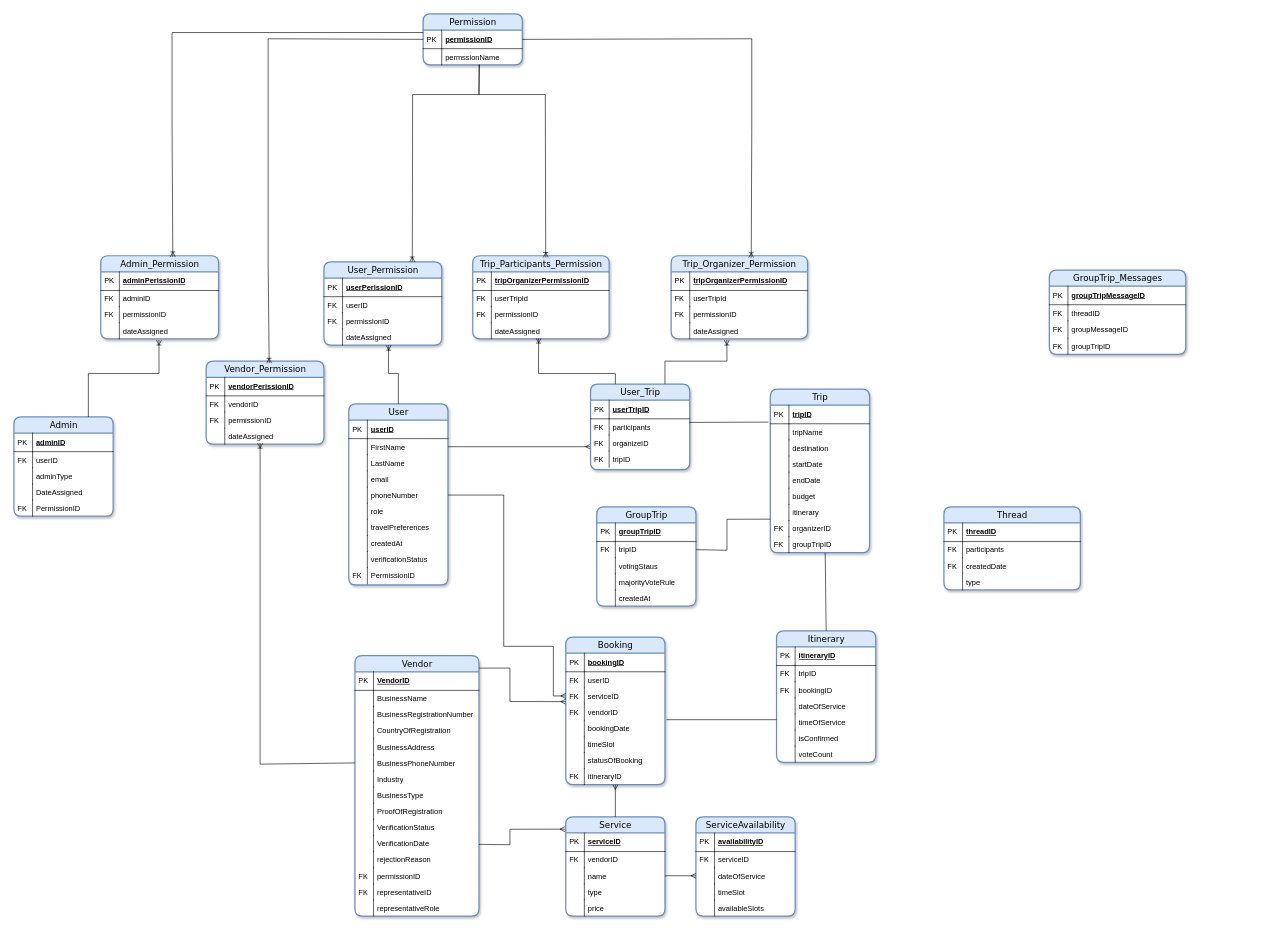
This is images/Untitled Diagram.drawio from AlaishAJohnson/VoyageSyncCapstone, a draw.io file, before an edit. Source tidied: cells renumbered, new cells numbered last; positions are measured from the earlier drawing's top-left corner, leaving out a move shared by most shapes. Both pictures are drawn from the tidied source at 62%, with x=0, y=0 at pixel (14, 14).
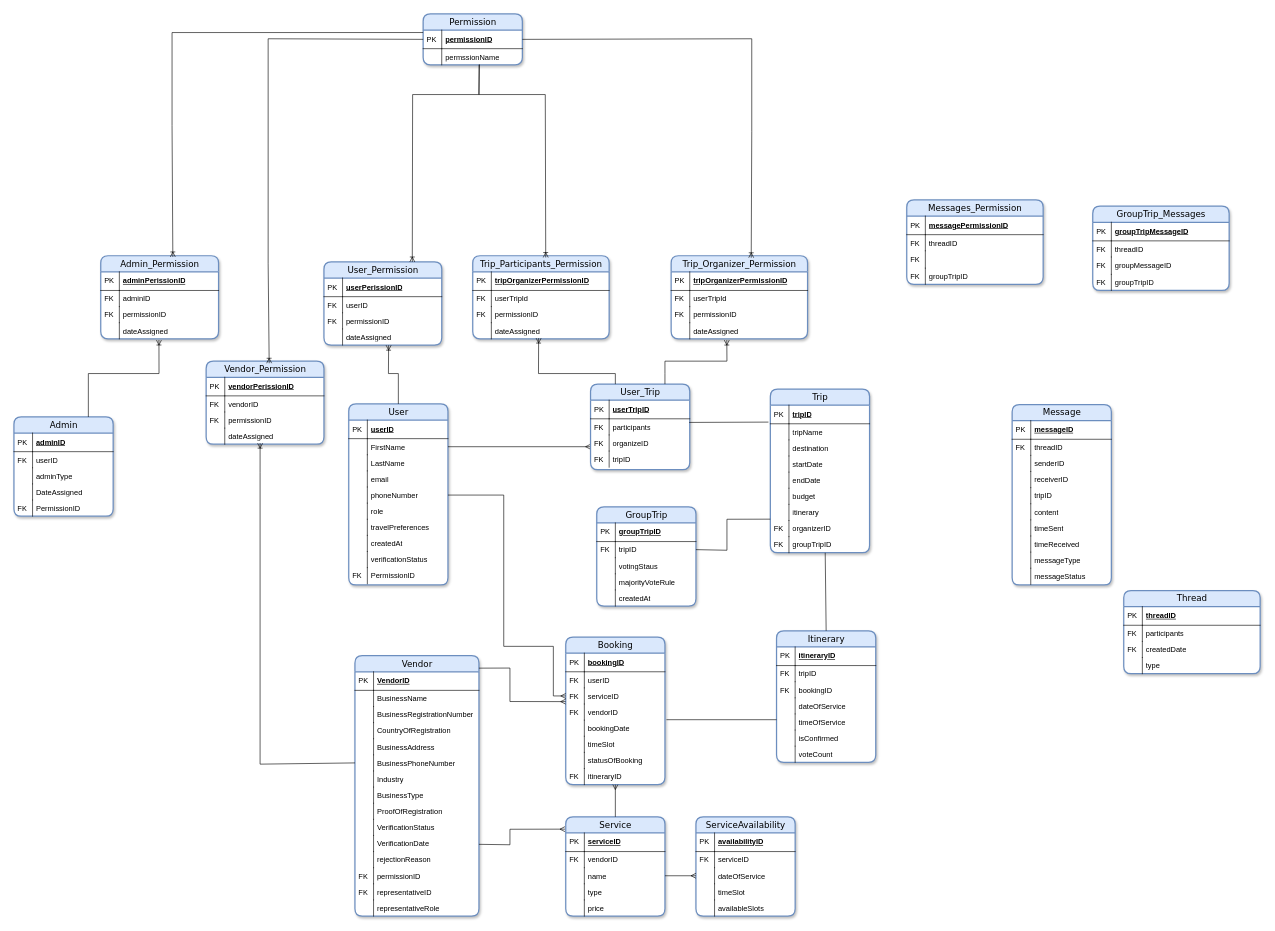
After the change.

What changed in the source:
```diff
@@
     <mxCell id="228" value="GroupTrip_Messages" style="swimlane;html=1;fontStyle=0;horizontal=1;startSize=26;fillColor=#dae8fc;swimlaneFillColor=#ffffff;align=center;rounded=1;shadow=1;comic=0;labelBackgroundColor=none;strokeWidth=2;fontFamily=Verdana;fontSize=14;strokeColor=#6c8ebf;" parent="1" vertex="1">
-      <mxGeometry x="1670" y="413" width="220" height="136" as="geometry" />
+      <mxGeometry x="1740" y="310" width="220" height="136" as="geometry" />
     </mxCell>
@@
     <mxCell id="237" value="Thread" style="swimlane;html=1;fontStyle=0;horizontal=1;startSize=26;fillColor=#dae8fc;swimlaneFillColor=#ffffff;align=center;rounded=1;shadow=1;comic=0;labelBackgroundColor=none;strokeWidth=2;fontFamily=Verdana;fontSize=14;strokeColor=#6c8ebf;" parent="1" vertex="1">
-      <mxGeometry x="1500" y="795" width="220" height="134" as="geometry" />
+      <mxGeometry x="1790" y="930" width="220" height="134" as="geometry" />
     </mxCell>
@@
+    <mxCell id="246" value="Message" style="swimlane;html=1;fontStyle=0;horizontal=1;startSize=26;fillColor=#dae8fc;swimlaneFillColor=default;align=center;rounded=1;shadow=1;comic=0;labelBackgroundColor=none;strokeWidth=2;fontFamily=Verdana;fontSize=14;strokeColor=#6c8ebf;glass=0;" parent="1" vertex="1">
+      <mxGeometry x="1610" y="630" width="160" height="291" as="geometry" />
+    </mxCell>
+    <mxCell id="247" value="messageID" style="shape=partialRectangle;top=0;left=0;right=0;bottom=1;html=1;align=left;verticalAlign=middle;fillColor=none;spacingLeft=34;spacingRight=4;whiteSpace=wrap;overflow=hidden;fontStyle=5;" parent="246" vertex="1">
+      <mxGeometry y="26" width="160" height="30" as="geometry" />
+    </mxCell>
+    <mxCell id="248" value="PK" style="shape=partialRectangle;top=0;left=0;bottom=0;html=1;fillColor=none;align=left;verticalAlign=middle;spacingLeft=4;spacingRight=4;whiteSpace=wrap;overflow=hidden;" parent="247" vertex="1">
+      <mxGeometry width="30" height="30" as="geometry" />
+    </mxCell>
+    <mxCell id="249" value="threadID" style="shape=partialRectangle;top=0;left=0;right=0;bottom=0;html=1;align=left;verticalAlign=top;fillColor=none;spacingLeft=34;spacingRight=4;whiteSpace=wrap;overflow=hidden;strokeColor=#dbe8fc;" parent="246" vertex="1">
+      <mxGeometry y="56" width="160" height="26" as="geometry" />
+    </mxCell>
+    <mxCell id="250" value="FK" style="shape=partialRectangle;top=0;left=0;bottom=0;html=1;fillColor=none;align=left;verticalAlign=top;spacingLeft=4;spacingRight=4;whiteSpace=wrap;overflow=hidden;" parent="249" vertex="1">
+      <mxGeometry width="30" height="26" as="geometry" />
+    </mxCell>
+    <mxCell id="251" value="senderID" style="shape=partialRectangle;top=0;left=0;right=0;bottom=0;html=1;align=left;verticalAlign=top;fillColor=none;spacingLeft=34;spacingRight=4;whiteSpace=wrap;overflow=hidden;" parent="246" vertex="1">
+      <mxGeometry y="82" width="160" height="26" as="geometry" />
+    </mxCell>
+    <mxCell id="252" style="shape=partialRectangle;top=0;left=0;bottom=0;html=1;fillColor=none;align=left;verticalAlign=top;spacingLeft=4;spacingRight=4;whiteSpace=wrap;overflow=hidden;" parent="251" vertex="1">
+      <mxGeometry width="30" height="26" as="geometry" />
+    </mxCell>
+    <mxCell id="253" value="receiverID" style="shape=partialRectangle;top=0;left=0;right=0;bottom=0;html=1;align=left;verticalAlign=top;fillColor=none;spacingLeft=34;spacingRight=4;whiteSpace=wrap;overflow=hidden;" parent="246" vertex="1">
+      <mxGeometry y="108" width="160" height="26" as="geometry" />
+    </mxCell>
+    <mxCell id="254" style="shape=partialRectangle;top=0;left=0;bottom=0;html=1;fillColor=none;align=left;verticalAlign=top;spacingLeft=4;spacingRight=4;whiteSpace=wrap;overflow=hidden;" parent="253" vertex="1">
+      <mxGeometry width="30" height="26" as="geometry" />
+    </mxCell>
+    <mxCell id="255" value="tripID" style="shape=partialRectangle;top=0;left=0;right=0;bottom=0;html=1;align=left;verticalAlign=top;fillColor=none;spacingLeft=34;spacingRight=4;whiteSpace=wrap;overflow=hidden;" parent="246" vertex="1">
+      <mxGeometry y="134" width="160" height="26" as="geometry" />
+    </mxCell>
+    <mxCell id="256" style="shape=partialRectangle;top=0;left=0;bottom=0;html=1;fillColor=none;align=left;verticalAlign=top;spacingLeft=4;spacingRight=4;whiteSpace=wrap;overflow=hidden;" parent="255" vertex="1">
+      <mxGeometry width="30" height="26" as="geometry" />
+    </mxCell>
+    <mxCell id="257" value="content" style="shape=partialRectangle;top=0;left=0;right=0;bottom=0;html=1;align=left;verticalAlign=top;fillColor=none;spacingLeft=34;spacingRight=4;whiteSpace=wrap;overflow=hidden;" parent="246" vertex="1">
+      <mxGeometry y="160" width="160" height="26" as="geometry" />
+    </mxCell>
+    <mxCell id="258" style="shape=partialRectangle;top=0;left=0;bottom=0;html=1;fillColor=none;align=left;verticalAlign=top;spacingLeft=4;spacingRight=4;whiteSpace=wrap;overflow=hidden;" parent="257" vertex="1">
+      <mxGeometry width="30" height="26" as="geometry" />
+    </mxCell>
+    <mxCell id="259" value="timeSent" style="shape=partialRectangle;top=0;left=0;right=0;bottom=0;html=1;align=left;verticalAlign=top;fillColor=none;spacingLeft=34;spacingRight=4;whiteSpace=wrap;overflow=hidden;" parent="246" vertex="1">
+      <mxGeometry y="186" width="160" height="26" as="geometry" />
+    </mxCell>
+    <mxCell id="260" style="shape=partialRectangle;top=0;left=0;bottom=0;html=1;fillColor=none;align=left;verticalAlign=top;spacingLeft=4;spacingRight=4;whiteSpace=wrap;overflow=hidden;" parent="259" vertex="1">
+      <mxGeometry width="30" height="26" as="geometry" />
+    </mxCell>
+    <mxCell id="261" value="timeReceived" style="shape=partialRectangle;top=0;left=0;right=0;bottom=0;html=1;align=left;verticalAlign=top;fillColor=none;spacingLeft=34;spacingRight=4;whiteSpace=wrap;overflow=hidden;" parent="246" vertex="1">
+      <mxGeometry y="212" width="160" height="26" as="geometry" />
+    </mxCell>
+    <mxCell id="262" style="shape=partialRectangle;top=0;left=0;bottom=0;html=1;fillColor=none;align=left;verticalAlign=top;spacingLeft=4;spacingRight=4;whiteSpace=wrap;overflow=hidden;" parent="261" vertex="1">
+      <mxGeometry width="30" height="26" as="geometry" />
+    </mxCell>
+    <mxCell id="263" value="messageType" style="shape=partialRectangle;top=0;left=0;right=0;bottom=0;html=1;align=left;verticalAlign=top;fillColor=none;spacingLeft=34;spacingRight=4;whiteSpace=wrap;overflow=hidden;" parent="246" vertex="1">
+      <mxGeometry y="238" width="160" height="26" as="geometry" />
+    </mxCell>
+    <mxCell id="264" style="shape=partialRectangle;top=0;left=0;bottom=0;html=1;fillColor=none;align=left;verticalAlign=top;spacingLeft=4;spacingRight=4;whiteSpace=wrap;overflow=hidden;" parent="263" vertex="1">
+      <mxGeometry width="30" height="26" as="geometry" />
+    </mxCell>
+    <mxCell id="265" value="messageStatus" style="shape=partialRectangle;top=0;left=0;right=0;bottom=0;html=1;align=left;verticalAlign=top;fillColor=none;spacingLeft=34;spacingRight=4;whiteSpace=wrap;overflow=hidden;" parent="246" vertex="1">
+      <mxGeometry y="264" width="160" height="26" as="geometry" />
+    </mxCell>
+    <mxCell id="266" style="shape=partialRectangle;top=0;left=0;bottom=0;html=1;fillColor=none;align=left;verticalAlign=top;spacingLeft=4;spacingRight=4;whiteSpace=wrap;overflow=hidden;" parent="265" vertex="1">
+      <mxGeometry width="30" height="26" as="geometry" />
+    </mxCell>
+    <mxCell id="267" value="Messages_Permission" style="swimlane;html=1;fontStyle=0;horizontal=1;startSize=26;fillColor=#dae8fc;swimlaneFillColor=#ffffff;align=center;rounded=1;shadow=1;comic=0;labelBackgroundColor=none;strokeWidth=2;fontFamily=Verdana;fontSize=14;strokeColor=#6c8ebf;" parent="1" vertex="1">
+      <mxGeometry x="1440" y="300" width="220" height="136" as="geometry" />
+    </mxCell>
+    <mxCell id="268" value="messagePermissionID" style="shape=partialRectangle;top=0;left=0;right=0;bottom=1;html=1;align=left;verticalAlign=middle;fillColor=none;spacingLeft=34;spacingRight=4;whiteSpace=wrap;overflow=hidden;fontStyle=5;" parent="267" vertex="1">
+      <mxGeometry y="26" width="220" height="30" as="geometry" />
+    </mxCell>
+    <mxCell id="269" value="PK" style="shape=partialRectangle;top=0;left=0;bottom=0;html=1;fillColor=none;align=left;verticalAlign=middle;spacingLeft=4;spacingRight=4;whiteSpace=wrap;overflow=hidden;" parent="268" vertex="1">
+      <mxGeometry width="30" height="30" as="geometry" />
+    </mxCell>
+    <mxCell id="270" value="threadID" style="shape=partialRectangle;top=0;left=0;right=0;bottom=0;html=1;align=left;verticalAlign=top;fillColor=none;spacingLeft=34;spacingRight=4;whiteSpace=wrap;overflow=hidden;" parent="267" vertex="1">
+      <mxGeometry y="56" width="220" height="26" as="geometry" />
+    </mxCell>
+    <mxCell id="271" value="FK" style="shape=partialRectangle;top=0;left=0;bottom=0;html=1;fillColor=none;align=left;verticalAlign=top;spacingLeft=4;spacingRight=4;whiteSpace=wrap;overflow=hidden;" parent="270" vertex="1">
+      <mxGeometry width="30" height="26" as="geometry" />
+    </mxCell>
+    <mxCell id="272" style="shape=partialRectangle;top=0;left=0;right=0;bottom=0;html=1;align=left;verticalAlign=top;fillColor=none;spacingLeft=34;spacingRight=4;whiteSpace=wrap;overflow=hidden;" parent="267" vertex="1">
+      <mxGeometry y="82" width="220" height="28" as="geometry" />
+    </mxCell>
+    <mxCell id="273" value="FK" style="shape=partialRectangle;top=0;left=0;bottom=0;html=1;fillColor=none;align=left;verticalAlign=top;spacingLeft=4;spacingRight=4;whiteSpace=wrap;overflow=hidden;" parent="272" vertex="1">
+      <mxGeometry width="30" height="28" as="geometry" />
+    </mxCell>
+    <mxCell id="274" value="groupTripID" style="shape=partialRectangle;top=0;left=0;right=0;bottom=0;html=1;align=left;verticalAlign=top;fillColor=none;spacingLeft=34;spacingRight=4;whiteSpace=wrap;overflow=hidden;" parent="267" vertex="1">
+      <mxGeometry y="110" width="220" height="26" as="geometry" />
+    </mxCell>
+    <mxCell id="275" value="FK" style="shape=partialRectangle;top=0;left=0;bottom=0;html=1;fillColor=none;align=left;verticalAlign=top;spacingLeft=4;spacingRight=4;whiteSpace=wrap;overflow=hidden;" parent="274" vertex="1">
+      <mxGeometry width="30" height="26" as="geometry" />
+    </mxCell>
```
